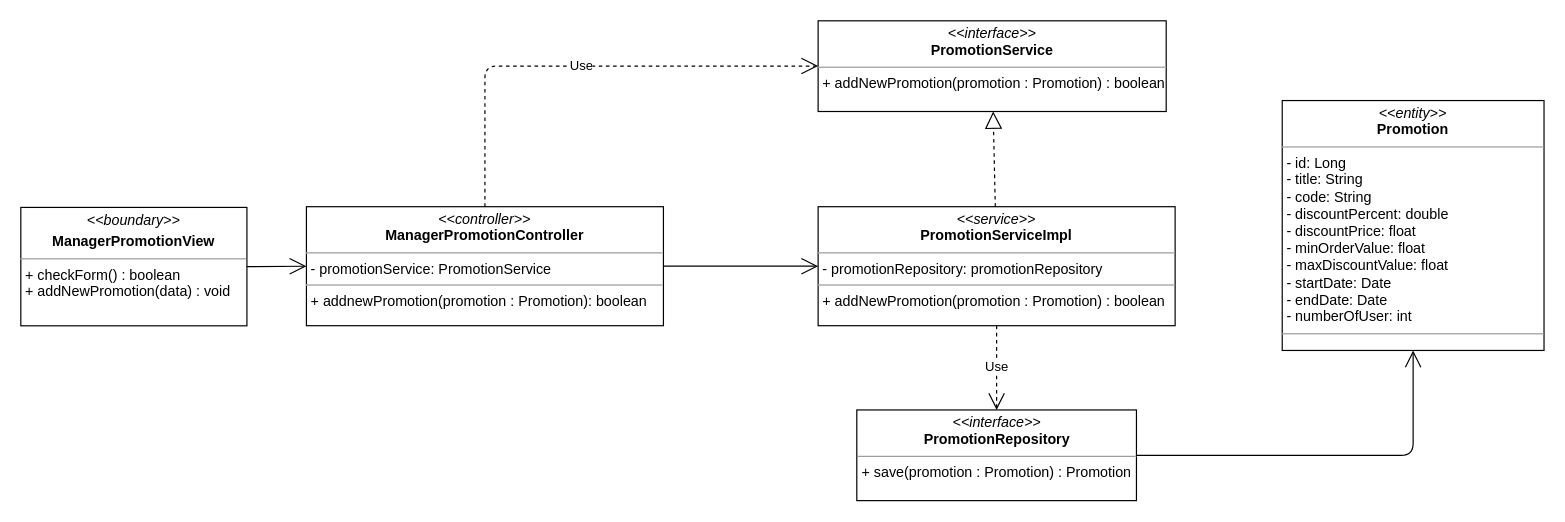
Above: class diagram/add-promotion-class-diagram.drawio in nguyenphamvan/datn_20202 (draw.io), before the change. Source tidied: cells renumbered, new cells numbered last; positions are measured from the earlier drawing's top-left corner, leaving out a move shared by most shapes. Both pictures are drawn from the tidied source at 119%, with x=0, y=0 at pixel (20, 20).
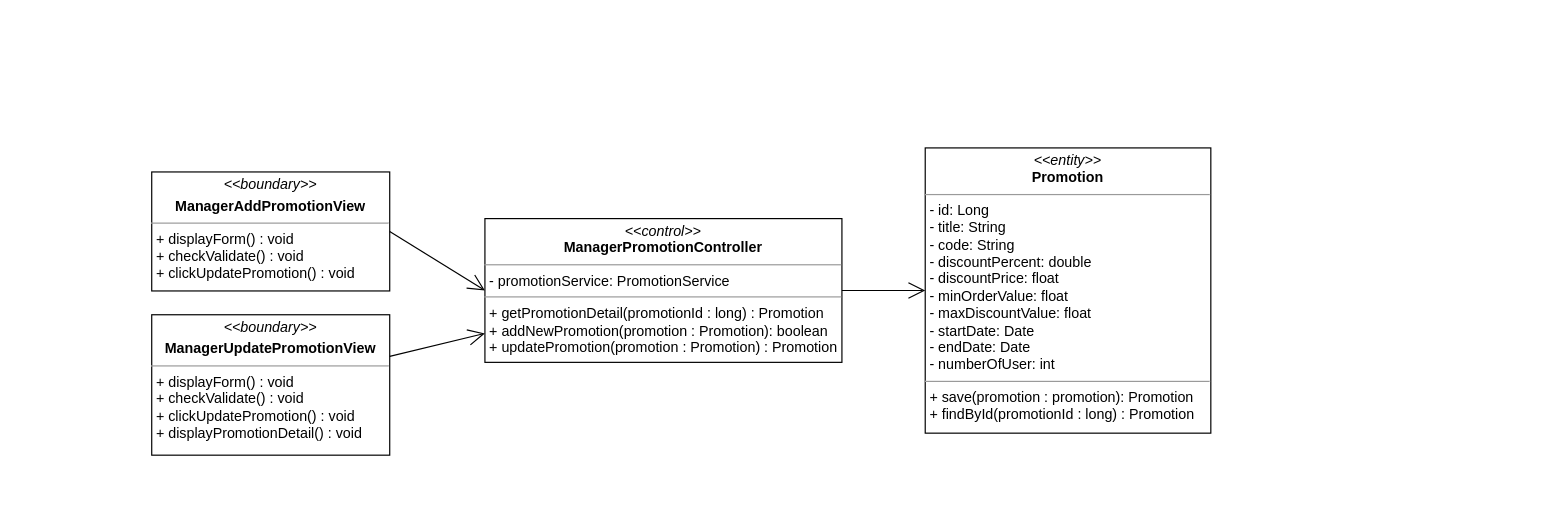
The same page after the edit.

What changed in the source:
```diff
@@
 <mxGraphModel>
   <root>
     <mxCell id="0" />
     <mxCell id="1" parent="0" />
-    <mxCell id="2" value="&lt;p style=&quot;margin: 0px ; margin-top: 4px ; text-align: center&quot;&gt;&lt;i&gt;&amp;lt;&amp;lt;boundary&amp;gt;&amp;gt;&lt;/i&gt;&lt;/p&gt;&lt;p style=&quot;margin: 0px ; margin-top: 4px ; text-align: center&quot;&gt;&lt;b&gt;ManagerPromotionView&lt;/b&gt;&lt;/p&gt;&lt;hr size=&quot;1&quot;&gt;&lt;p style=&quot;margin: 0px ; margin-left: 4px&quot;&gt;+ checkForm() : boolean&amp;nbsp;&lt;/p&gt;&lt;p style=&quot;margin: 0px ; margin-left: 4px&quot;&gt;&lt;span&gt;+ addNewPromotion(data) : void&lt;/span&gt;&lt;br&gt;&lt;/p&gt;" style="verticalAlign=top;align=left;overflow=fill;fontSize=12;fontFamily=Helvetica;html=1;" parent="1" vertex="1">
-      <mxGeometry y="156.8" width="190" height="99.5" as="geometry" />
-    </mxCell>
-    <mxCell id="3" style="endArrow=open;endFill=1;endSize=12;html=1;entryX=0;entryY=0.5;entryDx=0;entryDy=0;exitX=1;exitY=0.5;exitDx=0;exitDy=0;" parent="1" edge="1" source="2" target="7">
-      <mxGeometry relative="1" as="geometry" />
-    </mxCell>
-    <mxCell id="4" style="endArrow=open;endFill=1;endSize=12;html=1;exitX=1;exitY=0.5;exitDx=0;exitDy=0;edgeStyle=orthogonalEdgeStyle;" parent="1" edge="1" source="5" target="13">
-      <mxGeometry relative="1" as="geometry" />
-    </mxCell>
-    <mxCell id="5" value="&lt;p style=&quot;margin: 0px ; margin-top: 4px ; text-align: center&quot;&gt;&lt;i&gt;&amp;lt;&amp;lt;interface&amp;gt;&amp;gt;&lt;/i&gt;&lt;br&gt;&lt;b&gt;PromotionRepository&lt;/b&gt;&lt;/p&gt;&lt;hr size=&quot;1&quot;&gt;&lt;p style=&quot;margin: 0px ; margin-left: 4px&quot;&gt;+ save(promotion : Promotion) : Promotion&lt;/p&gt;" style="verticalAlign=top;align=left;overflow=fill;fontSize=12;fontFamily=Helvetica;html=1;" parent="1" vertex="1">
-      <mxGeometry x="702.5" y="327" width="235" height="76.2" as="geometry" />
-    </mxCell>
-    <mxCell id="6" value="&lt;p style=&quot;margin: 0px ; margin-top: 4px ; text-align: center&quot;&gt;&lt;i&gt;&amp;lt;&amp;lt;interface&amp;gt;&amp;gt;&lt;/i&gt;&lt;br&gt;&lt;b&gt;PromotionService&lt;/b&gt;&lt;/p&gt;&lt;hr size=&quot;1&quot;&gt;&lt;p style=&quot;margin: 0px ; margin-left: 4px&quot;&gt;+ addNewPromotion(promotion : Promotion) : boolean&lt;/p&gt;" style="verticalAlign=top;align=left;overflow=fill;fontSize=12;fontFamily=Helvetica;html=1;" parent="1" vertex="1">
-      <mxGeometry x="670" width="292.5" height="76.2" as="geometry" />
-    </mxCell>
-    <mxCell id="7" value="&lt;p style=&quot;margin: 0px ; margin-top: 4px ; text-align: center&quot;&gt;&lt;i&gt;&amp;lt;&amp;lt;controller&amp;gt;&amp;gt;&lt;/i&gt;&lt;br&gt;&lt;b&gt;ManagerPromotionController&lt;/b&gt;&lt;br&gt;&lt;/p&gt;&lt;hr size=&quot;1&quot;&gt;&lt;p style=&quot;margin: 0px ; margin-left: 4px&quot;&gt;- promotionService: PromotionService&lt;br&gt;&lt;/p&gt;&lt;hr size=&quot;1&quot;&gt;&lt;p style=&quot;margin: 0px ; margin-left: 4px&quot;&gt;+ addnewPromotion(promotion : Promotion): boolean&lt;br&gt;&lt;/p&gt;" style="verticalAlign=top;align=left;overflow=fill;fontSize=12;fontFamily=Helvetica;html=1;" parent="1" vertex="1">
-      <mxGeometry x="240" y="156.2" width="300" height="100" as="geometry" />
-    </mxCell>
-    <mxCell id="8" value="&lt;p style=&quot;margin: 0px ; margin-top: 4px ; text-align: center&quot;&gt;&lt;i&gt;&amp;lt;&amp;lt;service&amp;gt;&amp;gt;&lt;/i&gt;&lt;br&gt;&lt;b&gt;PromotionServiceImpl&lt;/b&gt;&lt;/p&gt;&lt;hr size=&quot;1&quot;&gt;&lt;p style=&quot;margin: 0px ; margin-left: 4px&quot;&gt;- promotionRepository: promotionRepository&lt;br&gt;&lt;/p&gt;&lt;hr size=&quot;1&quot;&gt;&lt;p style=&quot;margin: 0px ; margin-left: 4px&quot;&gt;+ addNewPromotion(promotion : Promotion) : boolean&lt;br&gt;&lt;/p&gt;" style="verticalAlign=top;align=left;overflow=fill;fontSize=12;fontFamily=Helvetica;html=1;" parent="1" vertex="1">
-      <mxGeometry x="670" y="156.2" width="300" height="100" as="geometry" />
-    </mxCell>
-    <mxCell id="9" value="Use" style="endArrow=open;endSize=12;dashed=1;html=1;edgeStyle=orthogonalEdgeStyle;exitX=0.5;exitY=0;exitDx=0;exitDy=0;" parent="1" edge="1" source="7" target="6">
-      <mxGeometry relative="1" as="geometry">
-        <Array as="points">
-          <mxPoint x="390" y="38" />
-        </Array>
-      </mxGeometry>
-    </mxCell>
-    <mxCell id="10" style="endArrow=block;dashed=1;endFill=0;endSize=12;html=1;" parent="1" edge="1" source="8" target="6">
-      <mxGeometry relative="1" as="geometry" />
-    </mxCell>
-    <mxCell id="11" value="Use" style="endArrow=open;endSize=12;dashed=1;html=1;" parent="1" edge="1" source="8" target="5">
-      <mxGeometry relative="1" as="geometry" />
-    </mxCell>
-    <mxCell id="12" style="endArrow=open;endFill=1;endSize=12;html=1;" parent="1" edge="1" source="7" target="8">
-      <mxGeometry relative="1" as="geometry" />
-    </mxCell>
-    <mxCell id="13" value="&lt;p style=&quot;margin: 0px ; margin-top: 4px ; text-align: center&quot;&gt;&lt;i&gt;&amp;lt;&amp;lt;entity&amp;gt;&amp;gt;&lt;/i&gt;&lt;br&gt;&lt;b&gt;Promotion&lt;/b&gt;&lt;/p&gt;&lt;hr size=&quot;1&quot;&gt;&lt;p style=&quot;margin: 0px ; margin-left: 4px&quot;&gt;- id: Long&lt;/p&gt;&lt;p style=&quot;margin: 0px 0px 0px 4px&quot;&gt;- title: String&lt;br&gt;- code: String&lt;/p&gt;&lt;p style=&quot;margin: 0px 0px 0px 4px&quot;&gt;- discountPercent: double&lt;/p&gt;&lt;p style=&quot;margin: 0px 0px 0px 4px&quot;&gt;- discountPrice: float&lt;/p&gt;&lt;p style=&quot;margin: 0px 0px 0px 4px&quot;&gt;- minOrderValue: float&lt;/p&gt;&lt;p style=&quot;margin: 0px 0px 0px 4px&quot;&gt;- maxDiscountValue: float&lt;/p&gt;&lt;p style=&quot;margin: 0px 0px 0px 4px&quot;&gt;- startDate: Date&lt;/p&gt;&lt;p style=&quot;margin: 0px 0px 0px 4px&quot;&gt;- endDate: Date&lt;/p&gt;&lt;p style=&quot;margin: 0px 0px 0px 4px&quot;&gt;- numberOfUser: int&lt;span&gt;&amp;nbsp;&lt;/span&gt;&lt;/p&gt;&lt;hr size=&quot;1&quot;&gt;&lt;p style=&quot;margin: 0px ; margin-left: 4px&quot;&gt;&lt;br&gt;&lt;/p&gt;" style="verticalAlign=top;align=left;overflow=fill;fontSize=12;fontFamily=Helvetica;html=1;" parent="1" vertex="1">
-      <mxGeometry x="1060" y="67" width="220" height="210" as="geometry" />
-    </mxCell>
+    <mxCell id="14" value="&lt;p style=&quot;margin: 0px ; margin-top: 4px ; text-align: center&quot;&gt;&lt;i&gt;&amp;lt;&amp;lt;boundary&amp;gt;&amp;gt;&lt;/i&gt;&lt;/p&gt;&lt;p style=&quot;margin: 0px ; margin-top: 4px ; text-align: center&quot;&gt;&lt;b&gt;ManagerAddPromotionView&lt;/b&gt;&lt;/p&gt;&lt;hr size=&quot;1&quot;&gt;&lt;p style=&quot;margin: 0px ; margin-left: 4px&quot;&gt;&lt;span&gt;+ displayForm() : void&lt;/span&gt;&lt;br&gt;&lt;/p&gt;&lt;p style=&quot;margin: 0px ; margin-left: 4px&quot;&gt;&lt;span&gt;+ checkValidate() : void&lt;/span&gt;&lt;/p&gt;&lt;p style=&quot;margin: 0px ; margin-left: 4px&quot;&gt;&lt;span&gt;+ clickUpdatePromotion() : void&lt;/span&gt;&lt;/p&gt;" style="verticalAlign=top;align=left;overflow=fill;fontSize=12;fontFamily=Helvetica;html=1;" parent="1" vertex="1">
+      <mxGeometry x="110" y="127" width="200" height="100" as="geometry" />
+    </mxCell>
+    <mxCell id="15" style="endArrow=open;endFill=1;endSize=12;html=1;entryX=0;entryY=0.5;entryDx=0;entryDy=0;exitX=1;exitY=0.5;exitDx=0;exitDy=0;" parent="1" edge="1" source="14" target="16">
+      <mxGeometry relative="1" as="geometry" />
+    </mxCell>
+    <mxCell id="16" value="&lt;p style=&quot;margin: 0px ; margin-top: 4px ; text-align: center&quot;&gt;&lt;i&gt;&amp;lt;&amp;lt;control&amp;gt;&amp;gt;&lt;/i&gt;&lt;br&gt;&lt;b&gt;ManagerPromotionController&lt;/b&gt;&lt;br&gt;&lt;/p&gt;&lt;hr size=&quot;1&quot;&gt;&lt;p style=&quot;margin: 0px ; margin-left: 4px&quot;&gt;- promotionService: PromotionService&lt;br&gt;&lt;/p&gt;&lt;hr size=&quot;1&quot;&gt;&lt;p style=&quot;margin: 0px ; margin-left: 4px&quot;&gt;+ getPromotionDetail(promotionId : long) : Promotion&lt;/p&gt;&lt;p style=&quot;margin: 0px ; margin-left: 4px&quot;&gt;+ addNewPromotion(promotion : Promotion): boolean&lt;/p&gt;&lt;p style=&quot;margin: 0px ; margin-left: 4px&quot;&gt;+ updatePromotion(promotion : Promotion) : Promotion&lt;/p&gt;" style="verticalAlign=top;align=left;overflow=fill;fontSize=12;fontFamily=Helvetica;html=1;" parent="1" vertex="1">
+      <mxGeometry x="390" y="166.2" width="300" height="120.8" as="geometry" />
+    </mxCell>
+    <mxCell id="17" style="endArrow=open;endFill=1;endSize=12;html=1;" parent="1" edge="1" source="16" target="18">
+      <mxGeometry relative="1" as="geometry" />
+    </mxCell>
+    <mxCell id="18" value="&lt;p style=&quot;margin: 0px ; margin-top: 4px ; text-align: center&quot;&gt;&lt;i&gt;&amp;lt;&amp;lt;entity&amp;gt;&amp;gt;&lt;/i&gt;&lt;br&gt;&lt;b&gt;Promotion&lt;/b&gt;&lt;/p&gt;&lt;hr size=&quot;1&quot;&gt;&lt;p style=&quot;margin: 0px ; margin-left: 4px&quot;&gt;- id: Long&lt;/p&gt;&lt;p style=&quot;margin: 0px 0px 0px 4px&quot;&gt;- title: String&lt;br&gt;- code: String&lt;/p&gt;&lt;p style=&quot;margin: 0px 0px 0px 4px&quot;&gt;- discountPercent: double&lt;/p&gt;&lt;p style=&quot;margin: 0px 0px 0px 4px&quot;&gt;- discountPrice: float&lt;/p&gt;&lt;p style=&quot;margin: 0px 0px 0px 4px&quot;&gt;- minOrderValue: float&lt;/p&gt;&lt;p style=&quot;margin: 0px 0px 0px 4px&quot;&gt;- maxDiscountValue: float&lt;/p&gt;&lt;p style=&quot;margin: 0px 0px 0px 4px&quot;&gt;- startDate: Date&lt;/p&gt;&lt;p style=&quot;margin: 0px 0px 0px 4px&quot;&gt;- endDate: Date&lt;/p&gt;&lt;p style=&quot;margin: 0px 0px 0px 4px&quot;&gt;- numberOfUser: int&lt;span&gt;&amp;nbsp;&lt;/span&gt;&lt;/p&gt;&lt;hr size=&quot;1&quot;&gt;&lt;p style=&quot;margin: 0px ; margin-left: 4px&quot;&gt;+ save(promotion : promotion): Promotion&lt;/p&gt;&lt;p style=&quot;margin: 0px ; margin-left: 4px&quot;&gt;+ findById(promotionId : long) : Promotion&lt;/p&gt;" style="verticalAlign=top;align=left;overflow=fill;fontSize=12;fontFamily=Helvetica;html=1;" parent="1" vertex="1">
+      <mxGeometry x="760" y="106.8" width="240" height="239.7" as="geometry" />
+    </mxCell>
+    <mxCell id="19" value="&lt;p style=&quot;margin: 0px ; margin-top: 4px ; text-align: center&quot;&gt;&lt;i&gt;&amp;lt;&amp;lt;boundary&amp;gt;&amp;gt;&lt;/i&gt;&lt;/p&gt;&lt;p style=&quot;margin: 0px ; margin-top: 4px ; text-align: center&quot;&gt;&lt;b&gt;ManagerUpdatePromotionView&lt;/b&gt;&lt;/p&gt;&lt;hr size=&quot;1&quot;&gt;&lt;p style=&quot;margin: 0px ; margin-left: 4px&quot;&gt;&lt;span&gt;+ displayForm() : void&lt;/span&gt;&lt;br&gt;&lt;/p&gt;&lt;p style=&quot;margin: 0px ; margin-left: 4px&quot;&gt;&lt;span&gt;+ checkValidate() : void&lt;/span&gt;&lt;/p&gt;&lt;p style=&quot;margin: 0px ; margin-left: 4px&quot;&gt;&lt;span&gt;+ clickUpdatePromotion() : void&lt;/span&gt;&lt;/p&gt;&lt;p style=&quot;margin: 0px ; margin-left: 4px&quot;&gt;&lt;span&gt;+ displayPromotionDetail() : void&lt;/span&gt;&lt;/p&gt;" style="verticalAlign=top;align=left;overflow=fill;fontSize=12;fontFamily=Helvetica;html=1;" parent="1" vertex="1">
+      <mxGeometry x="110" y="247" width="200" height="118" as="geometry" />
+    </mxCell>
+    <mxCell id="20" style="endArrow=open;endFill=1;endSize=12;html=1;" parent="1" edge="1" source="19" target="16">
+      <mxGeometry relative="1" as="geometry" />
+    </mxCell>
   </root>
 </mxGraphModel>
```
